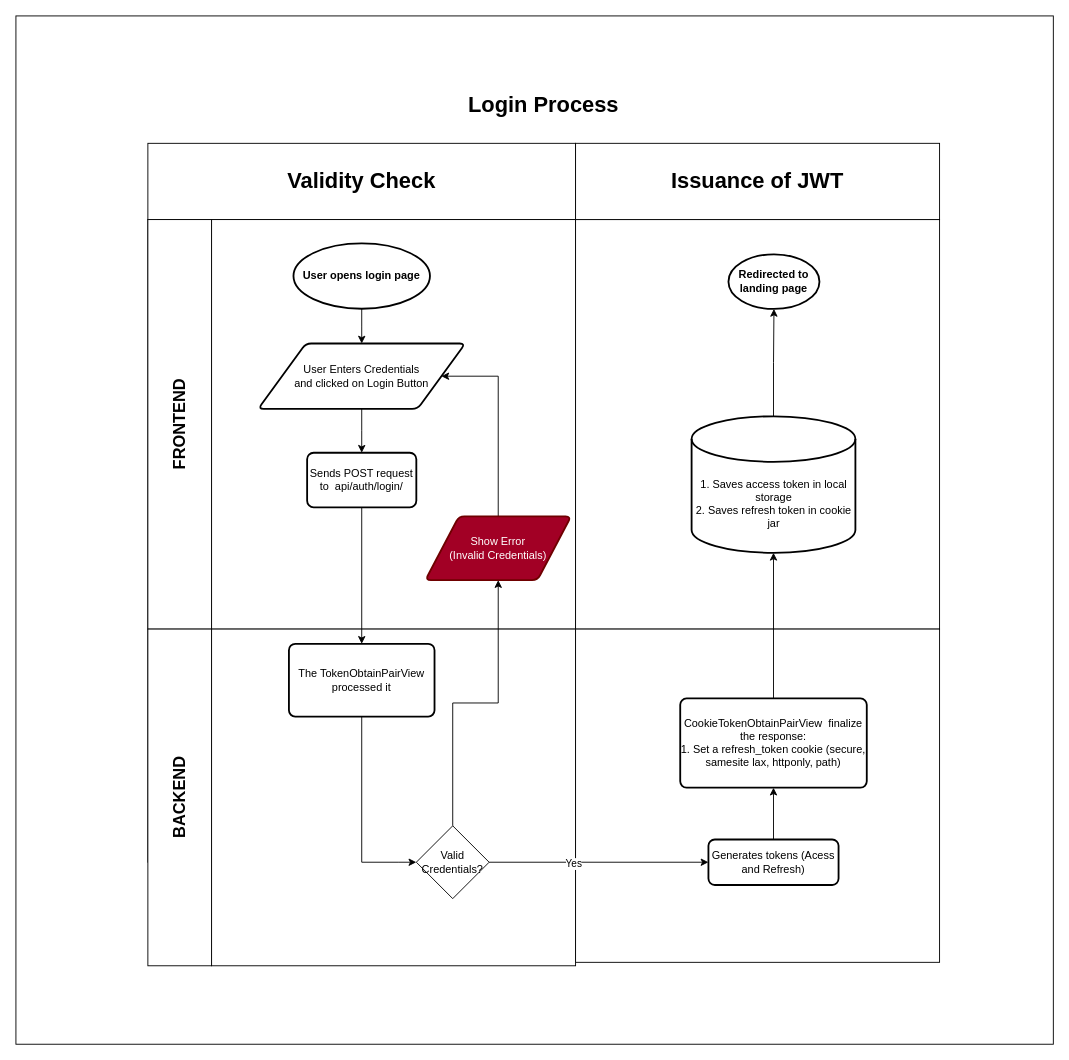
The draw.io diagram page "auth_login-process" (1 of 4) of E-Commerce API Business Process.drawio in RHILIUS/drawio, before the edit. Source tidied: cells renumbered, new cells numbered last; positions are measured from the earlier drawing's top-left corner, leaving out a move shared by most shapes. Both pictures are drawn from the tidied source at 91%, with x=0, y=0 at pixel (15, 15).
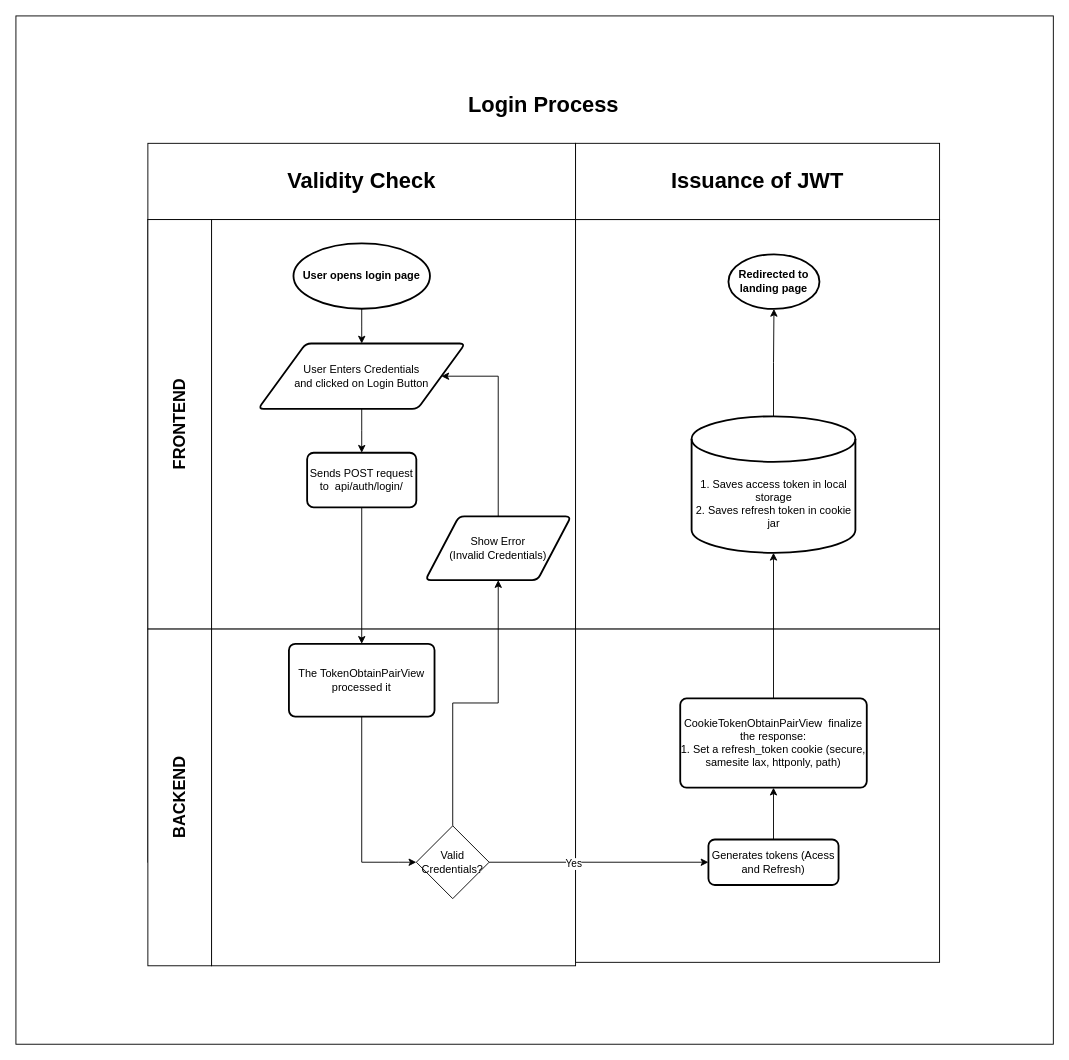
Above is the later version.

What changed in the source:
```diff
@@
-    <mxCell id="21" value="Show Error&lt;br&gt;(Invalid Credentials)" style="shape=parallelogram;html=1;strokeWidth=2;perimeter=parallelogramPerimeter;whiteSpace=wrap;rounded=1;arcSize=12;size=0.23;fillColor=#a20025;fontColor=#ffffff;strokeColor=#6F0000;" parent="1" vertex="1">
+    <mxCell id="21" value="Show Error&lt;br&gt;(Invalid Credentials)" style="shape=parallelogram;html=1;strokeWidth=2;perimeter=parallelogramPerimeter;whiteSpace=wrap;rounded=1;arcSize=12;size=0.23;" parent="1" vertex="1">
       <mxGeometry x="450" y="550" width="160" height="70" as="geometry" />
     </mxCell>
```
